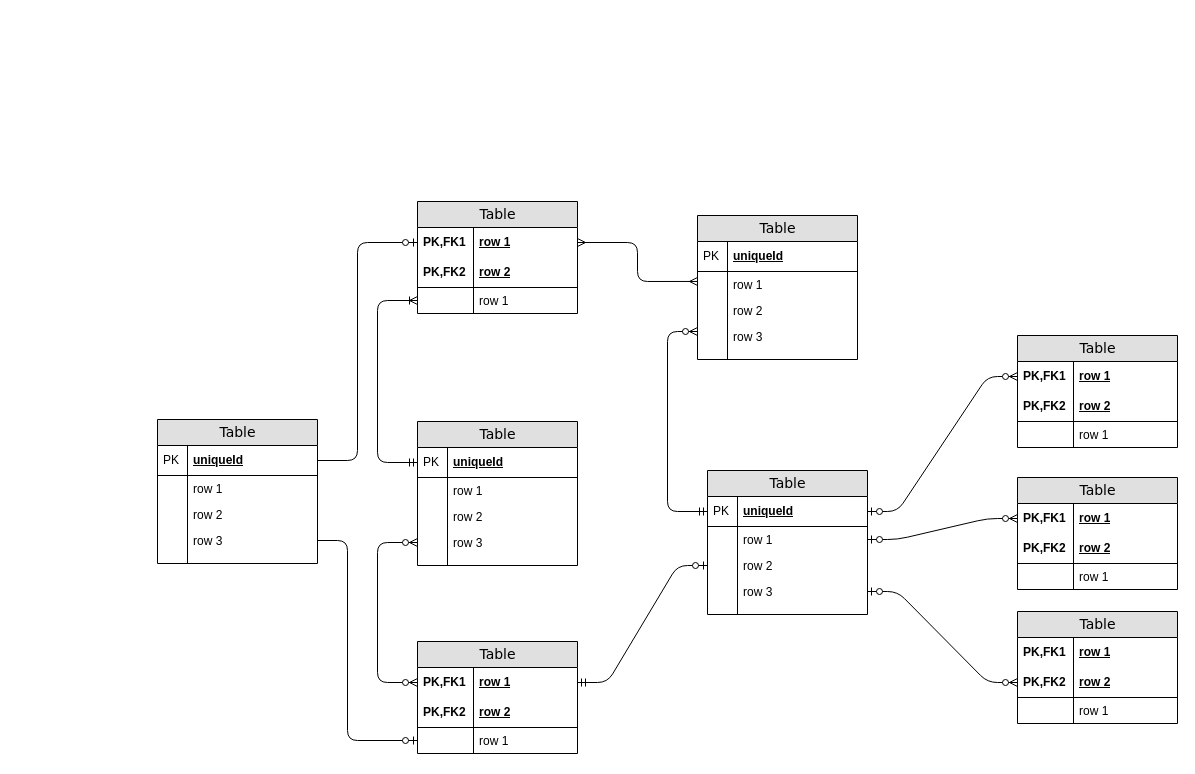
Earlier version of the draw.io diagram Diagrama sin título.drawio (Andres-Nicolas/Diagramas). Source tidied: cells renumbered, new cells numbered last; positions are measured from the earlier drawing's top-left corner, leaving out a move shared by most shapes. Both pictures are drawn from the tidied source at 100%, with x=0, y=0 at pixel (157, 201).
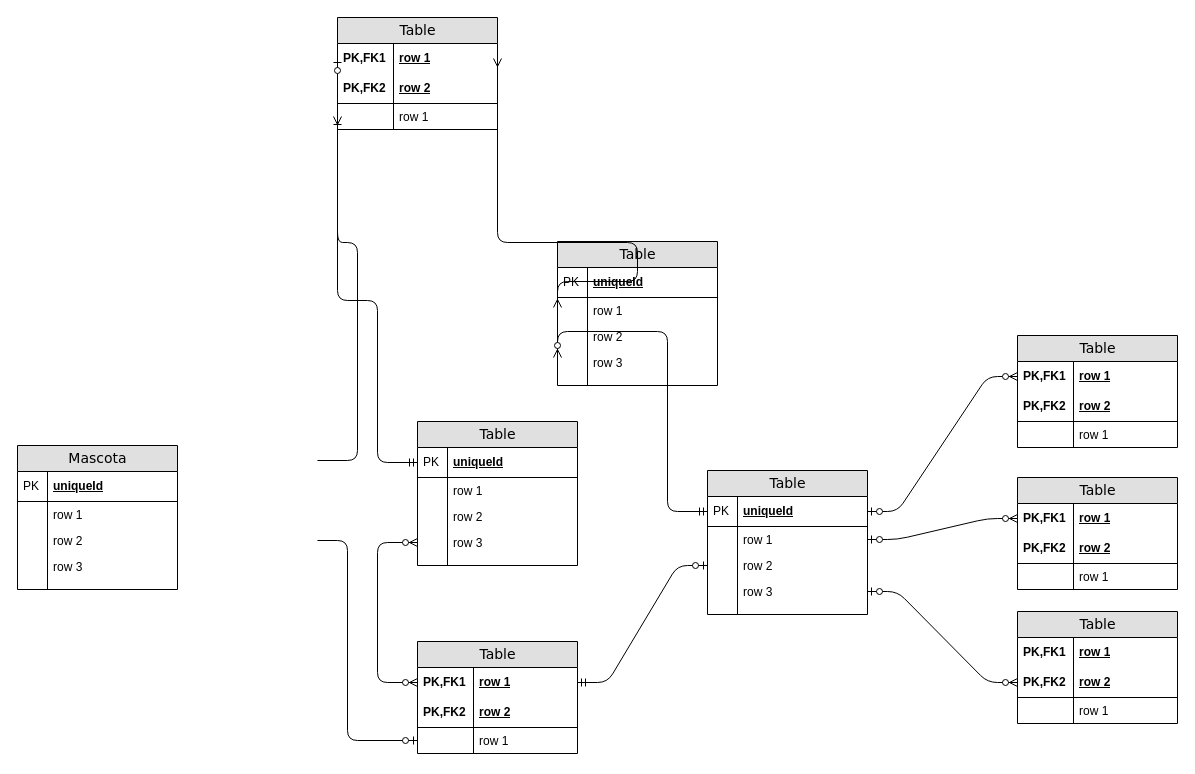
After the change.

Commit message:
Digrama inicila aow.drawio

The change refers to these unchanged cells:
```xml
<mxCell id="3" value="row 1" style="shape=partialRectangle;top=0;left=0;right=0;bottom=0;html=1;align=left;verticalAlign=middle;fillColor=none;spacingLeft=60;spacingRight=4;whiteSpace=wrap;overflow=hidden;points=[[0,0.5],[1,0.5]];portConstraint=eastwest;fontStyle=5;" parent="2" vertex="1">
  <mxGeometry y="26" width="160" height="30" as="geometry" />
</mxCell>
<mxCell id="54" value="row 1" style="shape=partialRectangle;top=0;left=0;right=0;bottom=0;html=1;align=left;verticalAlign=top;fillColor=none;spacingLeft=60;spacingRight=4;whiteSpace=wrap;overflow=hidden;points=[[0,0.5],[1,0.5]];portConstraint=eastwest;" parent="49" vertex="1">
  <mxGeometry y="86" width="160" height="26" as="geometry" />
</mxCell>
<mxCell id="79" value="uniqueId" style="shape=partialRectangle;top=0;left=0;right=0;bottom=1;html=1;align=left;verticalAlign=middle;fillColor=none;spacingLeft=34;spacingRight=4;whiteSpace=wrap;overflow=hidden;points=[[0,0.5],[1,0.5]];portConstraint=eastwest;fontStyle=5;" parent="78" vertex="1">
  <mxGeometry y="26" width="160" height="30" as="geometry" />
</mxCell>
<mxCell id="85" value="row 3" style="shape=partialRectangle;top=0;left=0;right=0;bottom=0;html=1;align=left;verticalAlign=top;fillColor=none;spacingLeft=34;spacingRight=4;whiteSpace=wrap;overflow=hidden;points=[[0,0.5],[1,0.5]];portConstraint=eastwest;" parent="78" vertex="1">
  <mxGeometry y="108" width="160" height="26" as="geometry" />
</mxCell>
```

Diff of the diagram source:
```diff
@@
     <mxCell id="2" value="Table" style="swimlane;html=1;fontStyle=0;horizontal=1;startSize=26;fillColor=#e0e0e0;swimlaneFillColor=#ffffff;align=center;rounded=0;shadow=0;comic=0;labelBackgroundColor=none;strokeWidth=1;fontFamily=Verdana;fontSize=14;" parent="1" vertex="1">
-      <mxGeometry x="260" width="160" height="112" as="geometry" />
+      <mxGeometry x="180" y="-184" width="160" height="112" as="geometry" />
     </mxCell>
@@
     <mxCell id="9" value="Table" style="swimlane;html=1;fontStyle=0;horizontal=1;startSize=26;fillColor=#e0e0e0;swimlaneFillColor=#ffffff;align=center;rounded=0;shadow=0;comic=0;labelBackgroundColor=none;strokeWidth=1;fontFamily=Verdana;fontSize=14;swimlaneLine=1;" parent="1" vertex="1">
-      <mxGeometry x="540" y="14" width="160" height="144" as="geometry" />
+      <mxGeometry x="400" y="40" width="160" height="144" as="geometry" />
     </mxCell>
@@
-    <mxCell id="78" value="Table" style="swimlane;html=1;fontStyle=0;horizontal=1;startSize=26;fillColor=#e0e0e0;swimlaneFillColor=#ffffff;align=center;rounded=0;shadow=0;comic=0;labelBackgroundColor=none;strokeWidth=1;fontFamily=Verdana;fontSize=14;" parent="1" vertex="1">
-      <mxGeometry y="218" width="160" height="144" as="geometry" />
+    <mxCell id="78" value="Mascota" style="swimlane;html=1;fontStyle=0;horizontal=1;startSize=26;fillColor=#e0e0e0;swimlaneFillColor=#ffffff;align=center;rounded=0;shadow=0;comic=0;labelBackgroundColor=none;strokeWidth=1;fontFamily=Verdana;fontSize=14;" parent="1" vertex="1">
+      <mxGeometry x="-140" y="244" width="160" height="144" as="geometry" />
     </mxCell>
@@
-    <mxCell id="89" style="edgeStyle=orthogonalEdgeStyle;html=1;endArrow=ERzeroToOne;endFill=1;labelBackgroundColor=none;fontFamily=Verdana;fontSize=14;entryX=0;entryY=0.5;exitX=1;exitY=0.5;" parent="1" edge="1" source="79" target="3">
+    <mxCell id="89" style="edgeStyle=orthogonalEdgeStyle;html=1;endArrow=ERzeroToOne;endFill=1;labelBackgroundColor=none;fontFamily=Verdana;fontSize=14;entryX=0;entryY=0.5;exitX=1;exitY=0.5;" parent="1" edge="1" target="3">
       <mxGeometry relative="1" as="geometry">
+        <mxPoint x="160" y="259" as="sourcePoint" />
         <Array as="points">
           <mxPoint x="200" y="259" />
           <mxPoint x="200" y="41" />
         </Array>
       </mxGeometry>
     </mxCell>
-    <mxCell id="90" style="edgeStyle=orthogonalEdgeStyle;html=1;endArrow=ERzeroToOne;endFill=1;labelBackgroundColor=none;fontFamily=Verdana;fontSize=14;entryX=0;entryY=0.5;exitX=1;exitY=0.5;" parent="1" edge="1" source="85" target="54">
+    <mxCell id="90" style="edgeStyle=orthogonalEdgeStyle;html=1;endArrow=ERzeroToOne;endFill=1;labelBackgroundColor=none;fontFamily=Verdana;fontSize=14;entryX=0;entryY=0.5;exitX=1;exitY=0.5;" parent="1" edge="1" target="54">
       <mxGeometry relative="1" as="geometry">
+        <mxPoint x="160" y="339" as="sourcePoint" />
         <Array as="points">
           <mxPoint x="190" y="339" />
           <mxPoint x="190" y="539" />
         </Array>
       </mxGeometry>
     </mxCell>
```
